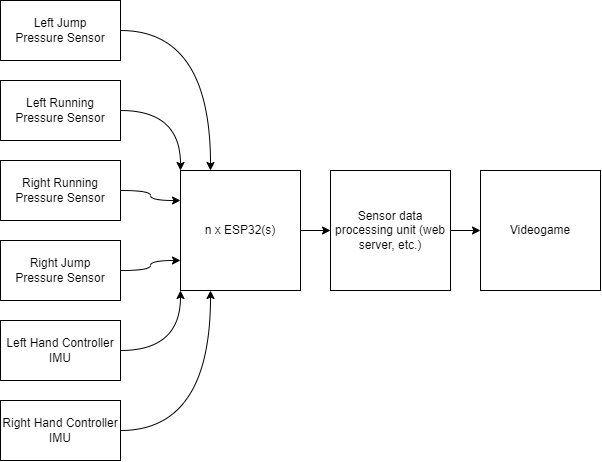
Before: Drawing, Sketching, Planning/JnRI-Basic Architecture.png, a diagram exported from draw.io (Flex-Falk/Jump-n-Run-It). Source tidied: cells renumbered, new cells last; positions are measured from the earlier drawing's top-left corner, leaving out a move shared by most shapes.
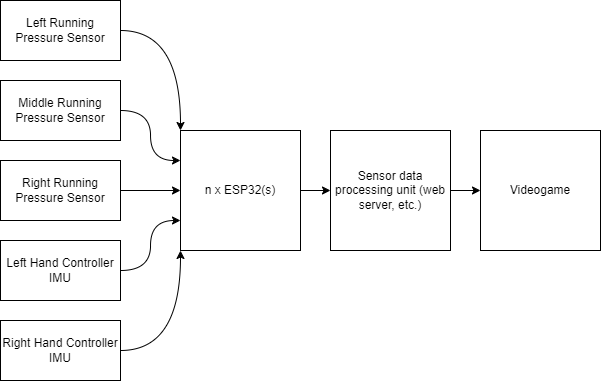
After the commit.

Change to the diagram source:
```diff
@@ -2,56 +2,50 @@
   <root>
     <mxCell id="0" />
     <mxCell id="1" parent="0" />
-    <mxCell id="2" style="edgeStyle=orthogonalEdgeStyle;rounded=0;jettySize=auto;html=1;exitX=1;exitY=0.5;exitDx=0;exitDy=0;entryX=0.25;entryY=0;entryDx=0;entryDy=0;curved=1;" parent="1" edge="1" source="3" target="13">
-      <mxGeometry relative="1" as="geometry" />
-    </mxCell>
-    <mxCell id="3" value="Left Jump&lt;div&gt;Pressure Sensor&lt;br&gt;&lt;/div&gt;" style="rounded=0;whiteSpace=wrap;html=1;" parent="1" vertex="1">
-      <mxGeometry width="120" height="60" as="geometry" />
-    </mxCell>
-    <mxCell id="4" style="edgeStyle=orthogonalEdgeStyle;rounded=0;jettySize=auto;html=1;exitX=1;exitY=0.5;exitDx=0;exitDy=0;entryX=0;entryY=0.25;entryDx=0;entryDy=0;curved=1;" parent="1" edge="1" source="5" target="13">
+    <mxCell id="4" style="edgeStyle=orthogonalEdgeStyle;rounded=0;jettySize=auto;html=1;exitX=1;exitY=0.5;exitDx=0;exitDy=0;entryX=0;entryY=0.5;entryDx=0;entryDy=0;" parent="1" edge="1" source="5" target="13">
       <mxGeometry relative="1" as="geometry" />
     </mxCell>
     <mxCell id="5" value="Right Running&lt;div style=&quot;border-color: var(--border-color);&quot;&gt;Pressure Sensor&lt;br&gt;&lt;/div&gt;" style="rounded=0;whiteSpace=wrap;html=1;" parent="1" vertex="1">
-      <mxGeometry y="160" width="120" height="60" as="geometry" />
+      <mxGeometry y="170" width="120" height="60" as="geometry" />
     </mxCell>
     <mxCell id="6" style="edgeStyle=orthogonalEdgeStyle;rounded=0;jettySize=auto;html=1;exitX=1;exitY=0.5;exitDx=0;exitDy=0;entryX=0;entryY=0;entryDx=0;entryDy=0;curved=1;" parent="1" edge="1" source="7" target="13">
       <mxGeometry relative="1" as="geometry" />
     </mxCell>
     <mxCell id="7" value="Left Running&lt;div&gt;Pressure Sensor&lt;br&gt;&lt;/div&gt;" style="rounded=0;whiteSpace=wrap;html=1;" parent="1" vertex="1">
-      <mxGeometry y="80" width="120" height="60" as="geometry" />
+      <mxGeometry y="10" width="120" height="60" as="geometry" />
     </mxCell>
-    <mxCell id="8" style="edgeStyle=orthogonalEdgeStyle;rounded=0;jettySize=auto;html=1;exitX=1;exitY=0.5;exitDx=0;exitDy=0;entryX=0.25;entryY=1;entryDx=0;entryDy=0;curved=1;" parent="1" edge="1" source="9" target="13">
+    <mxCell id="8" style="edgeStyle=orthogonalEdgeStyle;rounded=0;jettySize=auto;html=1;exitX=1;exitY=0.5;exitDx=0;exitDy=0;entryX=0;entryY=1;entryDx=0;entryDy=0;curved=1;" parent="1" edge="1" source="9" target="13">
       <mxGeometry relative="1" as="geometry" />
     </mxCell>
     <mxCell id="9" value="Right Hand Controller IMU" style="rounded=0;whiteSpace=wrap;html=1;" parent="1" vertex="1">
-      <mxGeometry y="400" width="120" height="60" as="geometry" />
+      <mxGeometry y="330" width="120" height="60" as="geometry" />
     </mxCell>
-    <mxCell id="10" style="edgeStyle=orthogonalEdgeStyle;rounded=0;jettySize=auto;html=1;exitX=1;exitY=0.5;exitDx=0;exitDy=0;entryX=0;entryY=1;entryDx=0;entryDy=0;curved=1;" parent="1" edge="1" source="11" target="13">
+    <mxCell id="10" style="edgeStyle=orthogonalEdgeStyle;rounded=0;jettySize=auto;html=1;exitX=1;exitY=0.5;exitDx=0;exitDy=0;entryX=0;entryY=0.75;entryDx=0;entryDy=0;curved=1;" parent="1" edge="1" source="11" target="13">
       <mxGeometry relative="1" as="geometry" />
     </mxCell>
     <mxCell id="11" value="Left Hand Controller IMU" style="rounded=0;whiteSpace=wrap;html=1;" parent="1" vertex="1">
-      <mxGeometry y="320" width="120" height="60" as="geometry" />
+      <mxGeometry y="250" width="120" height="60" as="geometry" />
     </mxCell>
     <mxCell id="12" style="edgeStyle=orthogonalEdgeStyle;rounded=0;jettySize=auto;html=1;exitX=1;exitY=0.5;exitDx=0;exitDy=0;entryX=0;entryY=0.5;entryDx=0;entryDy=0;" parent="1" edge="1" source="13" target="15">
       <mxGeometry relative="1" as="geometry" />
     </mxCell>
     <mxCell id="13" value="n x ESP32(s)" style="rounded=0;whiteSpace=wrap;html=1;" parent="1" vertex="1">
-      <mxGeometry x="180" y="170" width="120" height="120" as="geometry" />
+      <mxGeometry x="180" y="140" width="120" height="120" as="geometry" />
     </mxCell>
     <mxCell id="14" style="edgeStyle=orthogonalEdgeStyle;rounded=0;jettySize=auto;html=1;exitX=1;exitY=0.5;exitDx=0;exitDy=0;entryX=0;entryY=0.5;entryDx=0;entryDy=0;" parent="1" edge="1" source="15" target="16">
       <mxGeometry relative="1" as="geometry" />
     </mxCell>
     <mxCell id="15" value="Sensor data processing unit (web server, etc.)" style="rounded=0;whiteSpace=wrap;html=1;" parent="1" vertex="1">
-      <mxGeometry x="330" y="170" width="120" height="120" as="geometry" />
+      <mxGeometry x="330" y="140" width="120" height="120" as="geometry" />
     </mxCell>
     <mxCell id="16" value="Videogame" style="rounded=0;whiteSpace=wrap;html=1;" parent="1" vertex="1">
-      <mxGeometry x="480" y="170" width="120" height="120" as="geometry" />
+      <mxGeometry x="480" y="140" width="120" height="120" as="geometry" />
     </mxCell>
-    <mxCell id="17" style="edgeStyle=orthogonalEdgeStyle;rounded=0;jettySize=auto;html=1;exitX=1;exitY=0.5;exitDx=0;exitDy=0;entryX=0;entryY=0.75;entryDx=0;entryDy=0;curved=1;" parent="1" edge="1" source="18" target="13">
+    <mxCell id="17" style="edgeStyle=orthogonalEdgeStyle;rounded=0;jettySize=auto;html=1;exitX=1;exitY=0.5;exitDx=0;exitDy=0;entryX=0;entryY=0.25;entryDx=0;entryDy=0;curved=1;" parent="1" edge="1" source="18" target="13">
       <mxGeometry relative="1" as="geometry" />
     </mxCell>
-    <mxCell id="18" value="Right Jump&lt;div style=&quot;border-color: var(--border-color);&quot;&gt;Pressure Sensor&lt;br&gt;&lt;/div&gt;" style="rounded=0;whiteSpace=wrap;html=1;" parent="1" vertex="1">
-      <mxGeometry y="240" width="120" height="60" as="geometry" />
+    <mxCell id="18" value="Middle Running&lt;div style=&quot;border-color: var(--border-color);&quot;&gt;Pressure Sensor&lt;br&gt;&lt;/div&gt;" style="rounded=0;whiteSpace=wrap;html=1;" parent="1" vertex="1">
+      <mxGeometry y="90" width="120" height="60" as="geometry" />
     </mxCell>
   </root>
 </mxGraphModel>
```
